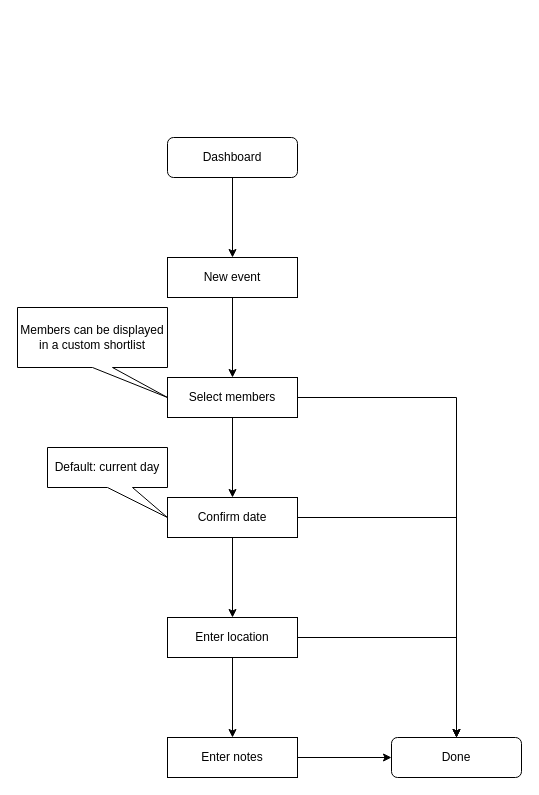
Earlier version of the draw.io diagram page "Create Event" (2 of 4) of diagrams/Front_Flowcharts.drawio (corsaire-chaparral/registre-coch). Source tidied: cells renumbered, new cells numbered last; positions are measured from the earlier drawing's top-left corner, leaving out a move shared by most shapes. Both pictures are drawn from the tidied source at 100%, with x=0, y=0 at pixel (17, 137).
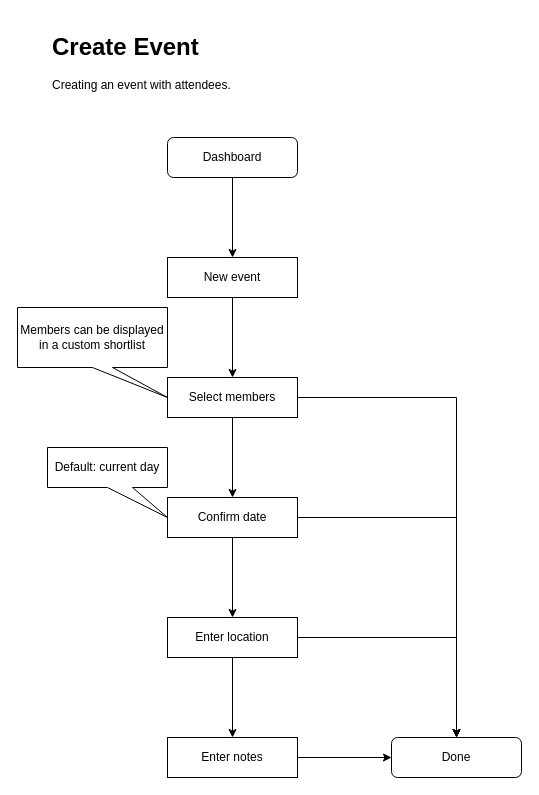
The same diagram, later.

What changed in the source:
```diff
@@
+    <mxCell id="20" value="&lt;h1&gt;Create Event&lt;br&gt;&lt;/h1&gt;&lt;p&gt;Creating an event with attendees.&lt;br&gt;&lt;/p&gt;" style="text;html=1;strokeColor=none;fillColor=none;spacing=5;spacingTop=-20;whiteSpace=wrap;overflow=hidden;rounded=0;" parent="1" vertex="1">
+      <mxGeometry x="30" y="-110" width="190" height="120" as="geometry" />
+    </mxCell>
```
